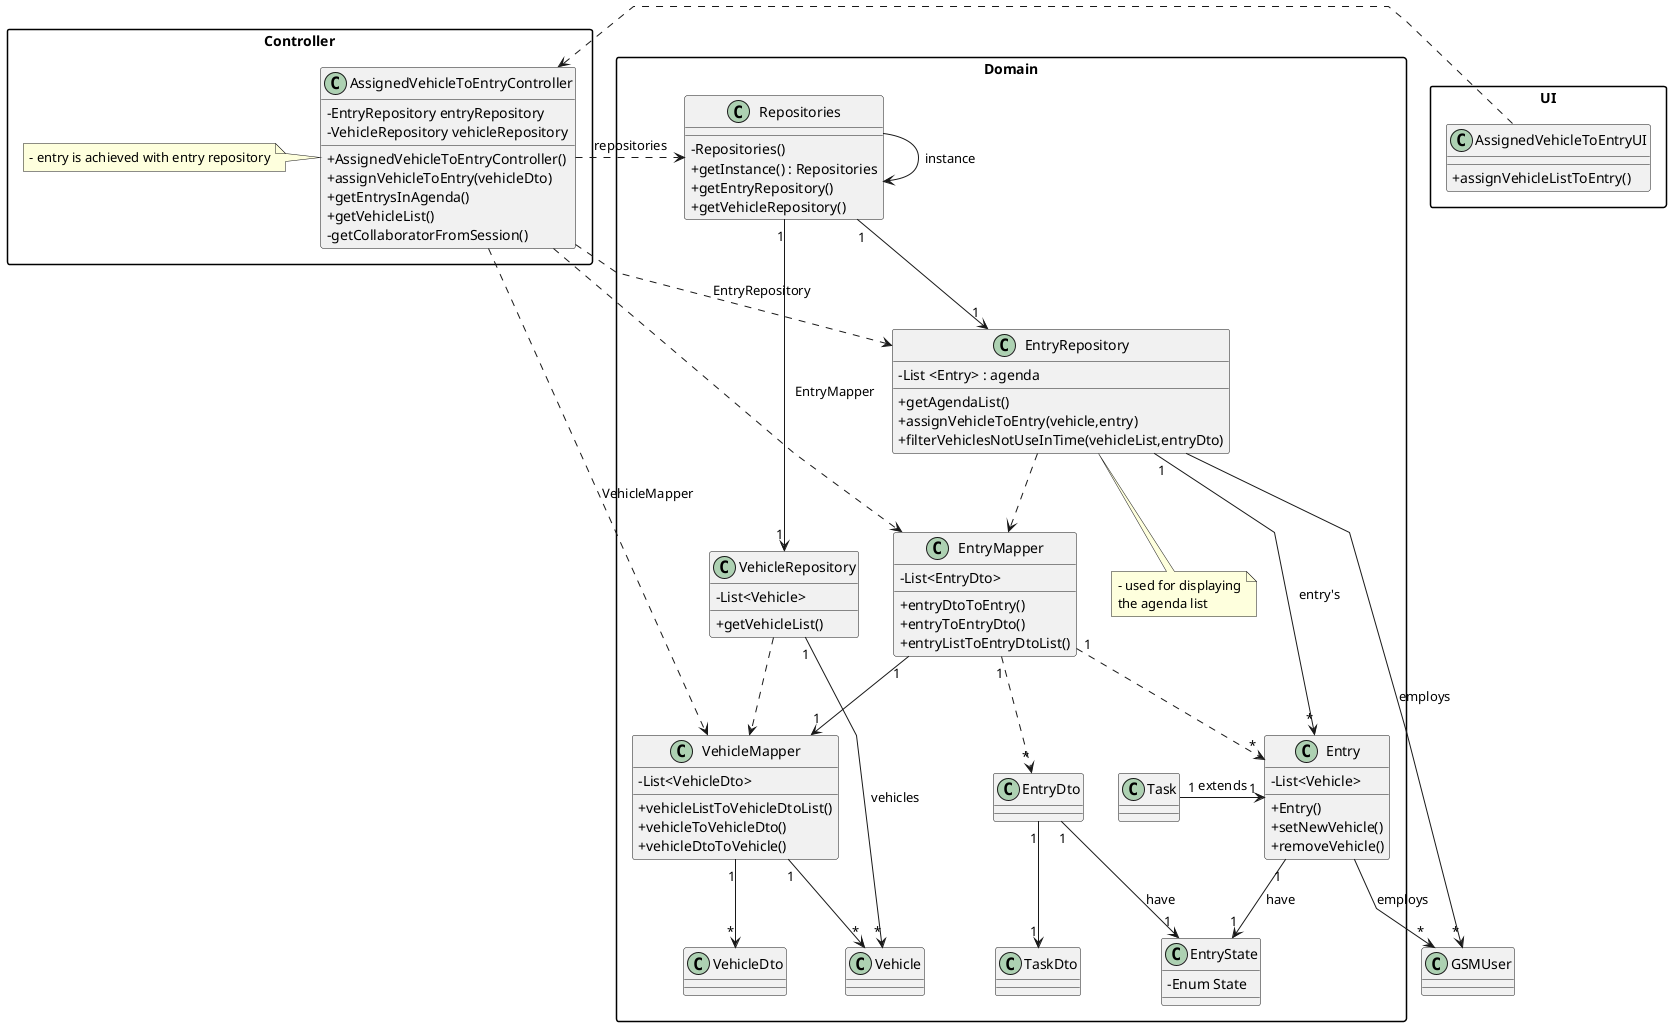
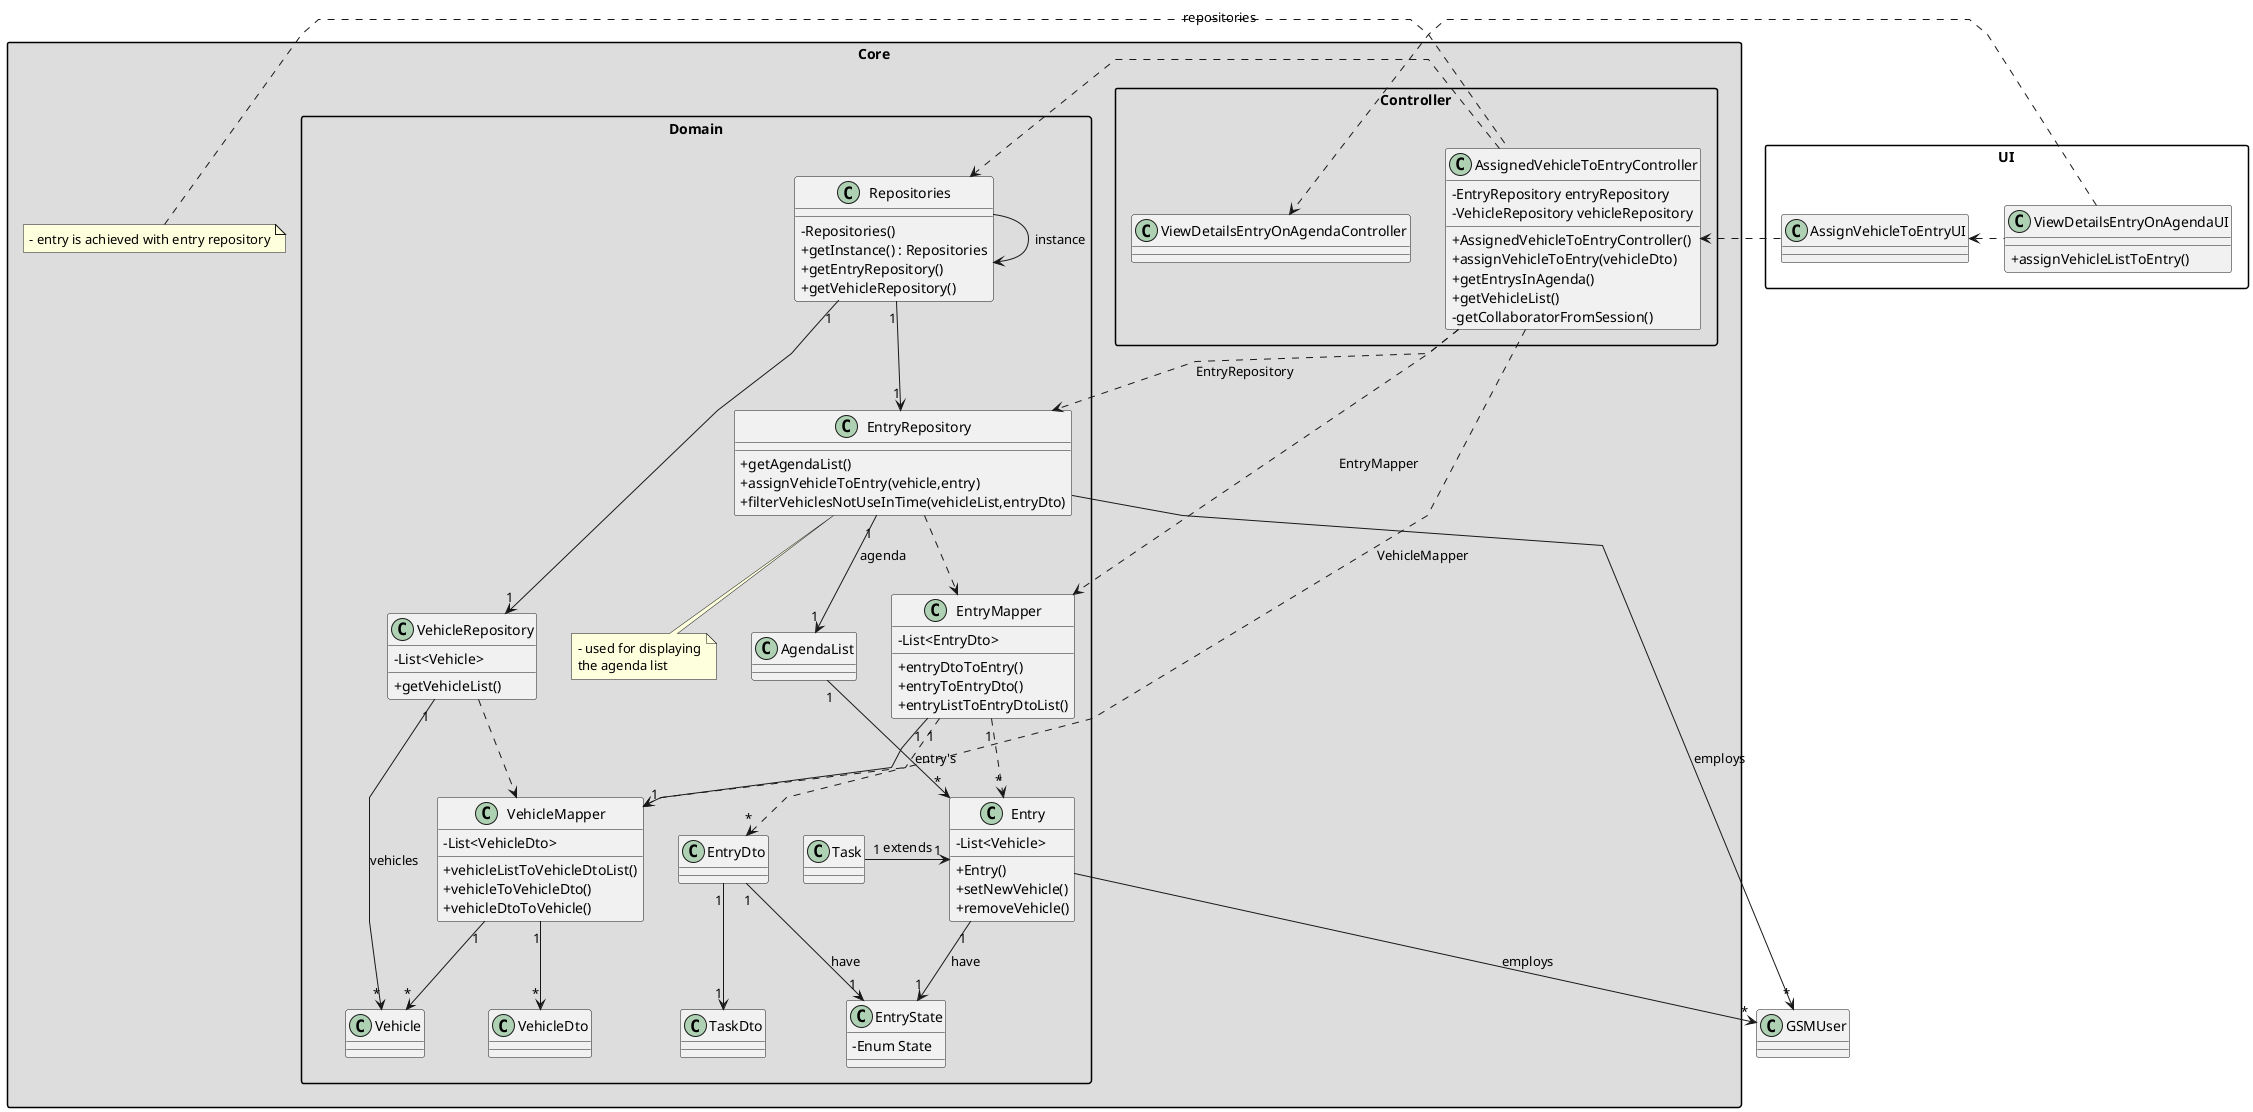
@startuml
'skinparam monochrome true
skinparam packageStyle rectangle
skinparam shadowing false
skinparam linetype polyline
'skinparam linetype orto

skinparam classAttributeIconSize 0

'left to right direction
- 
+ package "Core" #DDDDDD{
package "Domain" {
class Entry {
    - List<Vehicle>
    + Entry()
    + setNewVehicle()
    + removeVehicle()
}

class EntryState{
    -Enum State
}

class TaskDto{
}
class EntryRepository {
-     - List <Entry> : agenda

    + getAgendaList()
    + assignVehicleToEntry(vehicle,entry)
    + filterVehiclesNotUseInTime(vehicleList,entryDto)
+ }
+ 
+ class AgendaList{
}


note bottom of EntryRepository
    - used for displaying
    the agenda list
end note

class VehicleRepository{
    - List<Vehicle>

    + getVehicleList()
}

class Vehicle {
}


class Repositories {
    - Repositories()
    + getInstance() : Repositories
    + getEntryRepository()
    + getVehicleRepository()
}

class EntryMapper{
    - List<EntryDto>
    + entryDtoToEntry()
    + entryToEntryDto()
    + entryListToEntryDtoList()
}

class Task{
}

class EntryDto{
}

class VehicleMapper{
    - List<VehicleDto>
    + vehicleListToVehicleDtoList()
    + vehicleToVehicleDto()
    + vehicleDtoToVehicle()
}

class VehicleDto{
}

}



- class GSMUser {
- }


package "Controller"{
+ 
+ class ViewDetailsEntryOnAgendaController{
+ }

class AssignedVehicleToEntryController {
    - EntryRepository entryRepository
    - VehicleRepository vehicleRepository
    + AssignedVehicleToEntryController()
    + assignVehicleToEntry(vehicleDto)
    + getEntrysInAgenda()
    + getVehicleList()
    - getCollaboratorFromSession()
}
+ }

note left of AssignedVehicleToEntryController
    - entry is achieved with entry repository
end note


}

- 
+ class GSMUser {
+ }

package "UI"{
- 
- class AssignedVehicleToEntryUI {
+ class ViewDetailsEntryOnAgendaUI {
    + assignVehicleListToEntry()
}

+ class AssignVehicleToEntryUI{
+ }
}
Repositories -> Repositories : instance

+ AssignVehicleToEntryUI <. ViewDetailsEntryOnAgendaUI

- AssignedVehicleToEntryUI .> AssignedVehicleToEntryController
+ ViewDetailsEntryOnAgendaUI .> ViewDetailsEntryOnAgendaController
+ 
+ 
+ AssignVehicleToEntryUI .> AssignedVehicleToEntryController

AssignedVehicleToEntryController .> Repositories : repositories
Repositories "1" --> "1" EntryRepository
Repositories "1" --> "1" VehicleRepository

AssignedVehicleToEntryController ..> EntryRepository : EntryRepository
AssignedVehicleToEntryController ..> EntryMapper : EntryMapper
AssignedVehicleToEntryController ..> VehicleMapper : VehicleMapper

EntryMapper "1" ..> "*" EntryDto
EntryMapper "1" ..> "*" Entry

VehicleRepository "1" --> "*" Vehicle : vehicles
VehicleMapper "1" --> "*" Vehicle
EntryMapper "1" --> "1" VehicleMapper
- EntryRepository "1" --> "*" Entry : entry's
+ EntryRepository "1" --> "1" AgendaList : agenda
+ AgendaList "1" --> "*" Entry : entry's
EntryRepository --> "*" GSMUser : employs
EntryRepository ..> EntryMapper
VehicleRepository ..> VehicleMapper

VehicleMapper "1" --> "*" VehicleDto

Entry --> "*" GSMUser : employs
Task "1" -> "1" Entry : extends

Entry "1" --> "1" EntryState : have
EntryDto "1" --> "1" EntryState : have
EntryDto "1" --> "1" TaskDto

@enduml